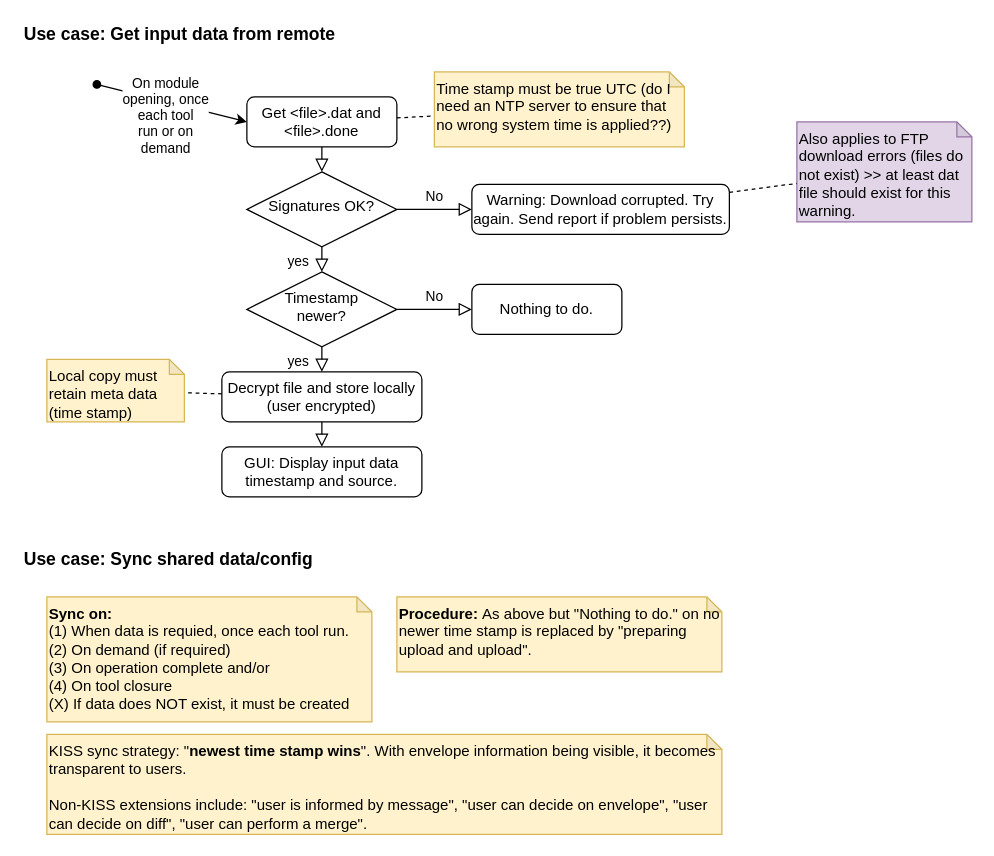
alexander-rd/appxf keeps this draw.io diagram as doc/fileSync.drawio. Above is the earlier version. Source tidied: cells renumbered, new cells numbered last; positions are measured from the earlier drawing's top-left corner, leaving out a move shared by most shapes. Both pictures are drawn from the tidied source at 125%, with x=0, y=0 at pixel (21, 21).
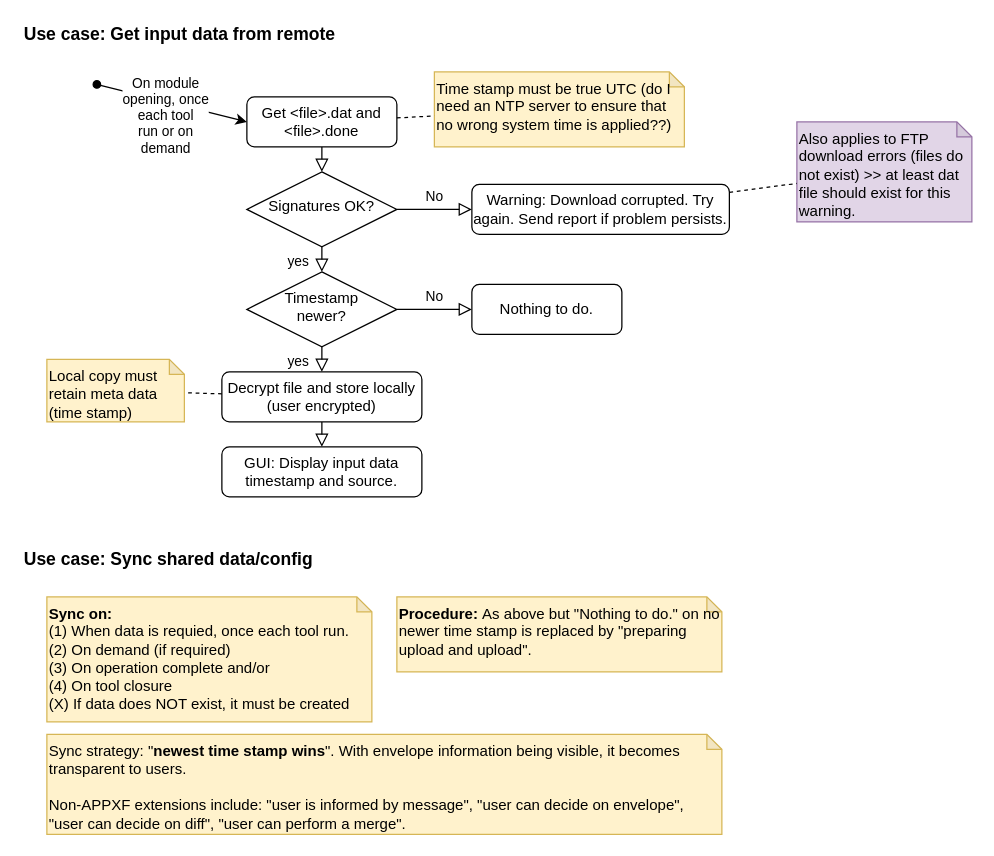
Above is the later version.

The edit, as a diff of the source:
```diff
@@
-    <mxCell id="14" value="KISS sync strategy:&amp;nbsp;&quot;&lt;b&gt;newest time stamp wins&lt;/b&gt;&quot;. With envelope information being visible, it becomes transparent to users.&lt;br&gt;&lt;br&gt;Non-KISS extensions include:&amp;nbsp;&quot;user is informed by message&quot;, &quot;user can decide on envelope&quot;, &quot;user can decide on diff&quot;, &quot;user can perform a merge&quot;." style="shape=note;whiteSpace=wrap;html=1;backgroundOutline=1;darkOpacity=0.05;align=left;size=12;horizontal=1;verticalAlign=top;fillColor=#fff2cc;strokeColor=#d6b656;" parent="1" vertex="1">
+    <mxCell id="14" value="Sync strategy:&amp;nbsp;&quot;&lt;b&gt;newest time stamp wins&lt;/b&gt;&quot;. With envelope information being visible, it becomes transparent to users.&lt;br&gt;&lt;br&gt;Non-APPXF extensions include:&amp;nbsp;&quot;user is informed by message&quot;, &quot;user can decide on envelope&quot;, &quot;user can decide on diff&quot;, &quot;user can perform a merge&quot;." style="shape=note;whiteSpace=wrap;html=1;backgroundOutline=1;darkOpacity=0.05;align=left;size=12;horizontal=1;verticalAlign=top;fillColor=#fff2cc;strokeColor=#d6b656;" parent="1" vertex="1">
       <mxGeometry x="20" y="570" width="540" height="80" as="geometry" />
     </mxCell>
```
